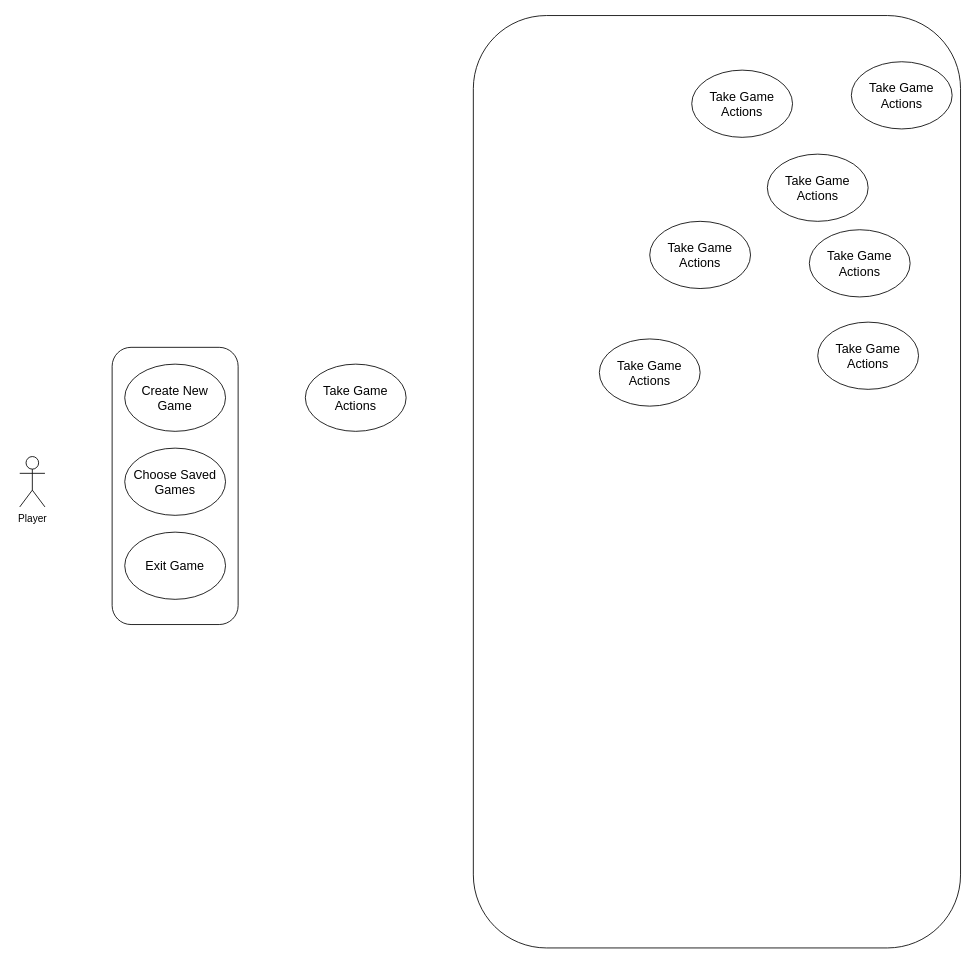
The draw.io diagram User_Case_diagram.drawio in summertx/uml, before the edit. Source tidied: cells renumbered, new cells numbered last; positions are measured from the earlier drawing's top-left corner, leaving out a move shared by most shapes. Both pictures are drawn from the tidied source at 84%, with x=0, y=0 at pixel (19, 15).
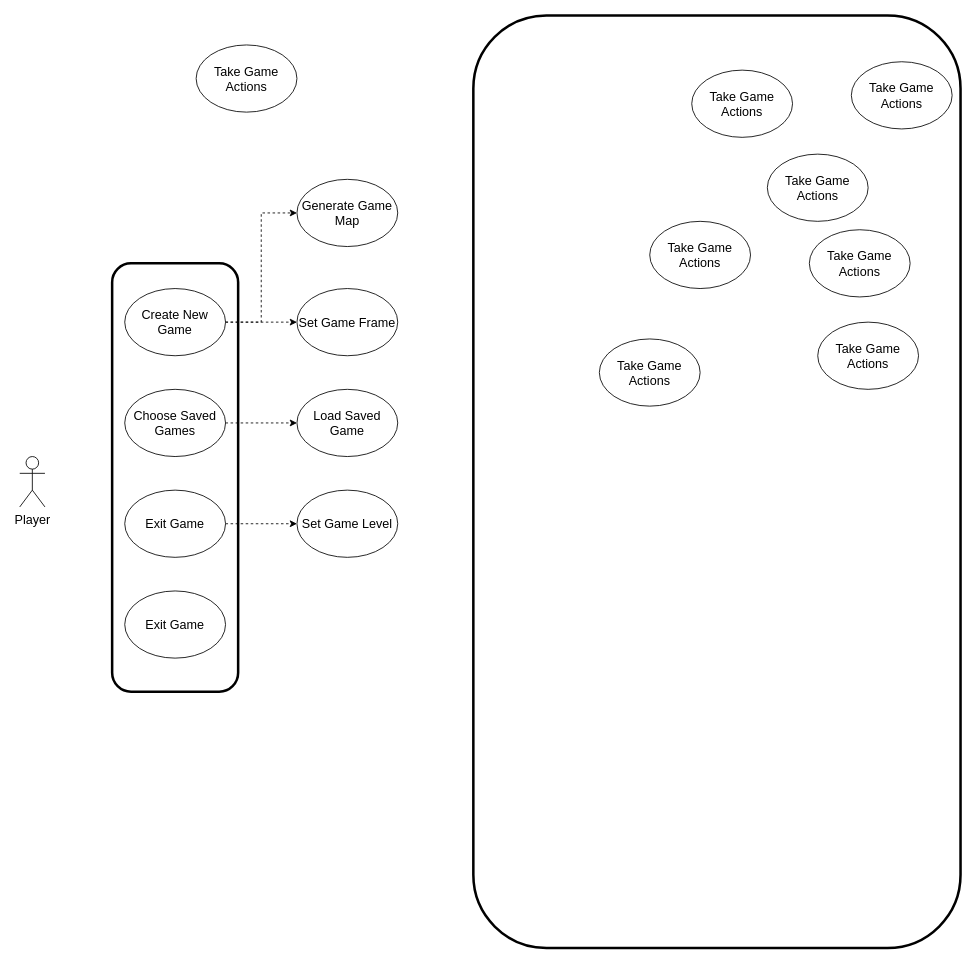
The same page after the edit.

The edit, as a diff of the source:
```diff
@@
-    <mxCell id="2" value="Player" style="shape=umlActor;verticalLabelPosition=bottom;verticalAlign=top;html=1;" parent="1" vertex="1">
+    <mxCell id="2" value="&lt;font style=&quot;font-size: 15px;&quot;&gt;Player&lt;/font&gt;" style="shape=umlActor;verticalLabelPosition=bottom;verticalAlign=top;html=1;" parent="1" vertex="1">
       <mxGeometry y="525" width="30" height="60" as="geometry" />
     </mxCell>
-    <mxCell id="3" style="rounded=1;whiteSpace=wrap;html=1;" parent="1" vertex="1">
-      <mxGeometry x="110" y="395" width="150" height="330" as="geometry" />
+    <mxCell id="3" style="rounded=1;whiteSpace=wrap;html=1;strokeWidth=3;" parent="1" vertex="1">
+      <mxGeometry x="110" y="295" width="150" height="510" as="geometry" />
     </mxCell>
+    <mxCell id="16" style="edgeStyle=orthogonalEdgeStyle;rounded=0;jettySize=auto;html=1;entryX=0;entryY=0.5;entryDx=0;entryDy=0;dashed=1;" parent="1" edge="1" source="4" target="22">
+      <mxGeometry relative="1" as="geometry" />
+    </mxCell>
+    <mxCell id="17" style="edgeStyle=orthogonalEdgeStyle;rounded=0;jettySize=auto;html=1;entryX=0;entryY=0.5;entryDx=0;entryDy=0;dashed=1;" parent="1" edge="1" source="4" target="21">
+      <mxGeometry relative="1" as="geometry" />
+    </mxCell>
     <mxCell id="4" value="&lt;font style=&quot;font-size: 15px;&quot;&gt;Create New Game&lt;/font&gt;" style="ellipse;whiteSpace=wrap;html=1;" parent="1" vertex="1">
-      <mxGeometry x="125" y="415" width="120" height="80" as="geometry" />
+      <mxGeometry x="125" y="325" width="120" height="80" as="geometry" />
     </mxCell>
+    <mxCell id="18" style="edgeStyle=orthogonalEdgeStyle;rounded=0;jettySize=auto;html=1;entryX=0;entryY=0.5;entryDx=0;entryDy=0;dashed=1;" parent="1" edge="1" source="5" target="23">
+      <mxGeometry relative="1" as="geometry" />
+    </mxCell>
     <mxCell id="5" value="&lt;font style=&quot;font-size: 15px;&quot;&gt;Choose Saved Games&lt;/font&gt;" style="ellipse;whiteSpace=wrap;html=1;" parent="1" vertex="1">
-      <mxGeometry x="125" y="515" width="120" height="80" as="geometry" />
+      <mxGeometry x="125" y="445" width="120" height="80" as="geometry" />
     </mxCell>
+    <mxCell id="19" style="edgeStyle=orthogonalEdgeStyle;rounded=0;jettySize=auto;html=1;entryX=0;entryY=0.5;entryDx=0;entryDy=0;dashed=1;" parent="1" edge="1" source="6" target="24">
+      <mxGeometry relative="1" as="geometry" />
+    </mxCell>
     <mxCell id="6" value="&lt;font style=&quot;font-size: 15px;&quot;&gt;Exit Game&lt;/font&gt;" style="ellipse;whiteSpace=wrap;html=1;" parent="1" vertex="1">
-      <mxGeometry x="125" y="615" width="120" height="80" as="geometry" />
+      <mxGeometry x="125" y="565" width="120" height="80" as="geometry" />
     </mxCell>
-    <mxCell id="7" style="rounded=1;whiteSpace=wrap;html=1;" parent="1" vertex="1">
+    <mxCell id="7" style="rounded=1;whiteSpace=wrap;html=1;strokeWidth=3;" parent="1" vertex="1">
       <mxGeometry x="540" width="580" height="1110" as="geometry" />
     </mxCell>
     <mxCell id="8" value="&lt;span style=&quot;font-size: 15px;&quot;&gt;Take Game Actions&lt;/span&gt;" style="ellipse;whiteSpace=wrap;html=1;" parent="1" vertex="1">
-      <mxGeometry x="340" y="415" width="120" height="80" as="geometry" />
+      <mxGeometry x="210" y="35" width="120" height="80" as="geometry" />
     </mxCell>
@@
+    <mxCell id="20" value="&lt;font style=&quot;font-size: 15px;&quot;&gt;Exit Game&lt;/font&gt;" style="ellipse;whiteSpace=wrap;html=1;" parent="1" vertex="1">
+      <mxGeometry x="125" y="685" width="120" height="80" as="geometry" />
+    </mxCell>
+    <mxCell id="21" value="&lt;span style=&quot;font-size: 15px;&quot;&gt;Generate Game Map&lt;/span&gt;" style="ellipse;whiteSpace=wrap;html=1;" parent="1" vertex="1">
+      <mxGeometry x="330" y="195" width="120" height="80" as="geometry" />
+    </mxCell>
+    <mxCell id="22" value="&lt;span style=&quot;font-size: 15px;&quot;&gt;Set Game Frame&lt;/span&gt;" style="ellipse;whiteSpace=wrap;html=1;" parent="1" vertex="1">
+      <mxGeometry x="330" y="325" width="120" height="80" as="geometry" />
+    </mxCell>
+    <mxCell id="23" value="&lt;font style=&quot;font-size: 15px;&quot;&gt;Load Saved Game&lt;/font&gt;" style="ellipse;whiteSpace=wrap;html=1;" parent="1" vertex="1">
+      <mxGeometry x="330" y="445" width="120" height="80" as="geometry" />
+    </mxCell>
+    <mxCell id="24" value="&lt;span style=&quot;font-size: 15px;&quot;&gt;Set Game Level&lt;/span&gt;" style="ellipse;whiteSpace=wrap;html=1;" parent="1" vertex="1">
+      <mxGeometry x="330" y="565" width="120" height="80" as="geometry" />
+    </mxCell>
```
